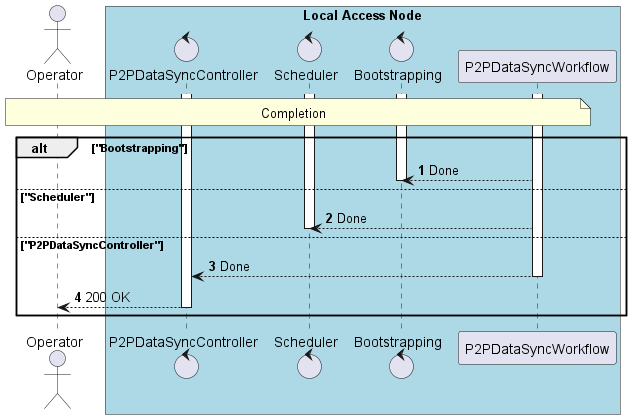
The PlantUML diagram desmos-tech-doc/images/use-case-data-synchronization-4-completion.png in in2workspace/in2-guides, before a commit.
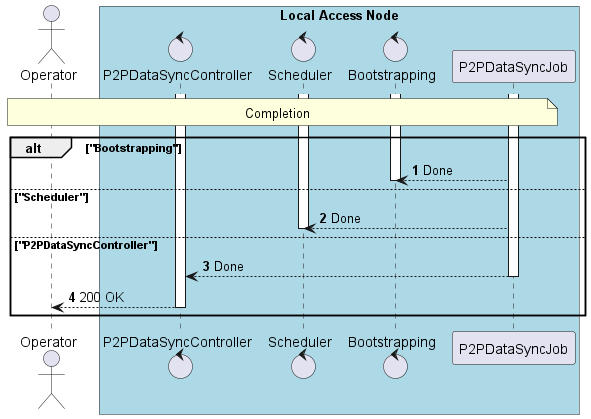
Above is the later version.

Commit message:
fix(data-syncronization): update diagram images

Diff of the diagram source:
```diff
@@ -10,29 +10,29 @@
     control "P2PDataSyncController" as p2p_data_sync_controller
     control "Scheduler" as scheduler
     control "Bootstrapping" as bootstrapping
-    participant "P2PDataSyncWorkflow" as p2p_data_sync_workflow
+    participant "P2PDataSyncJob" as p2p_data_sync_job
 end box
 
 
 
-activate p2p_data_sync_workflow
+activate p2p_data_sync_job
 activate bootstrapping
 activate scheduler
 activate p2p_data_sync_controller
 
-note over operator, p2p_data_sync_workflow
+note over operator, p2p_data_sync_job
     Completion
 end note
 
 alt "Bootstrapping"
-    p2p_data_sync_workflow --> bootstrapping: Done
+    p2p_data_sync_job --> bootstrapping: Done
     deactivate bootstrapping
 else "Scheduler"
-    p2p_data_sync_workflow --> scheduler: Done
+    p2p_data_sync_job --> scheduler: Done
     deactivate scheduler
 else "P2PDataSyncController"
-    p2p_data_sync_workflow --> p2p_data_sync_controller: Done
-    deactivate p2p_data_sync_workflow
+    p2p_data_sync_job --> p2p_data_sync_controller: Done
+    deactivate p2p_data_sync_job
     p2p_data_sync_controller --> operator: 200 OK
     deactivate p2p_data_sync_controller
 end
```
